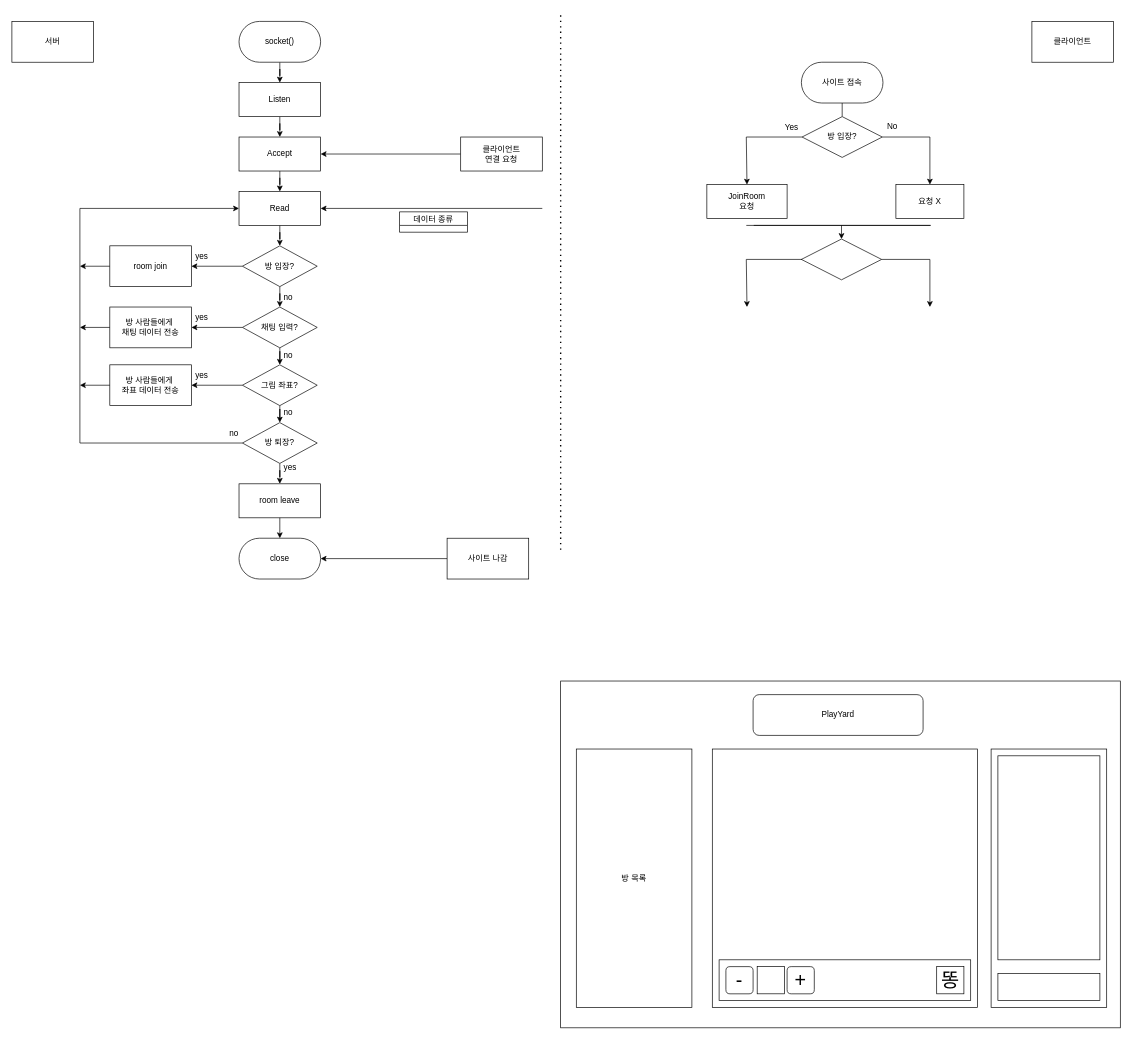
Earlier version of the draw.io diagram Untitled Diagram.drawio (riulwoo/playyard). Source tidied: cells renumbered, new cells numbered last; positions are measured from the earlier drawing's top-left corner, leaving out a move shared by most shapes. Both pictures are drawn from the tidied source at 68%, with x=0, y=0 at pixel (12, 12).
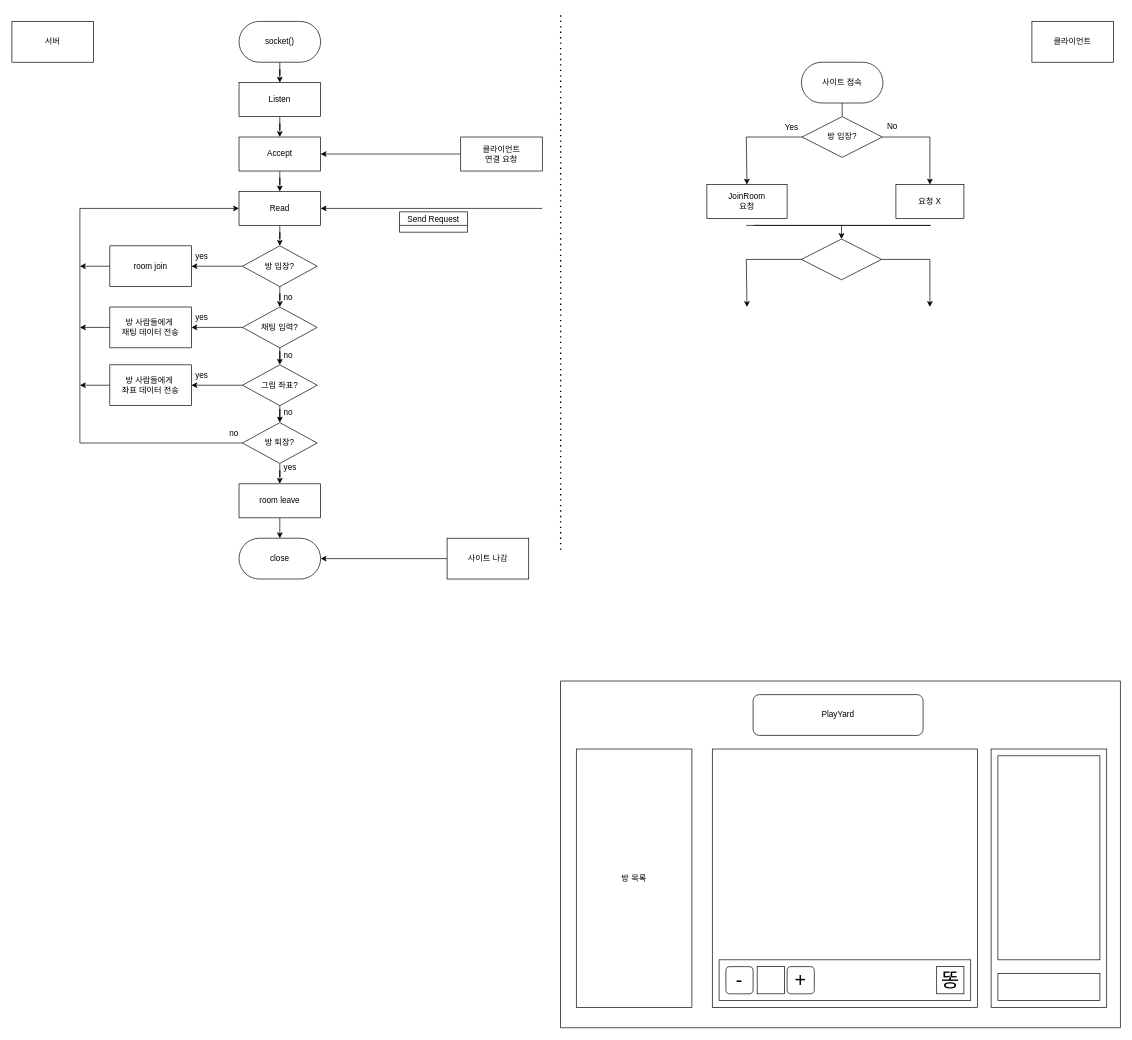
The same diagram, later.

Diff of the diagram source:
```diff
@@
-    <mxCell id="34" value="데이터 종류" style="swimlane;fontStyle=0;horizontal=1;startSize=20;" parent="1" vertex="1" collapsed="1">
+    <mxCell id="34" value="Send Request" style="swimlane;fontStyle=0;horizontal=1;startSize=20;" parent="1" vertex="1" collapsed="1">
       <mxGeometry x="570" y="293" width="100" height="30" as="geometry" />
     </mxCell>
```
